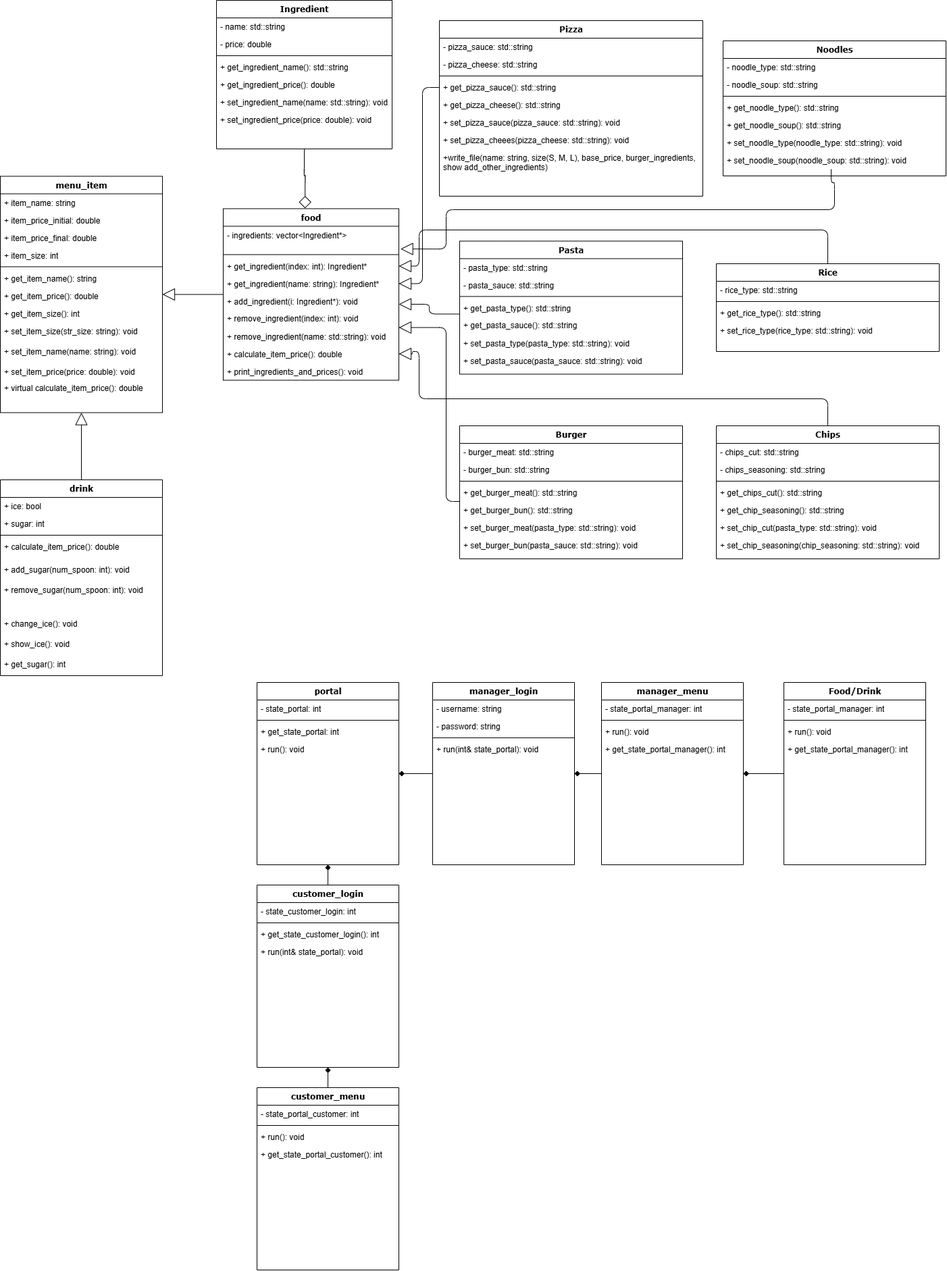
Earlier version of the draw.io export UML.png (SohamA12345/Project). Source tidied: cells renumbered, new cells last; positions are measured from the earlier drawing's top-left corner, leaving out a move shared by most shapes.
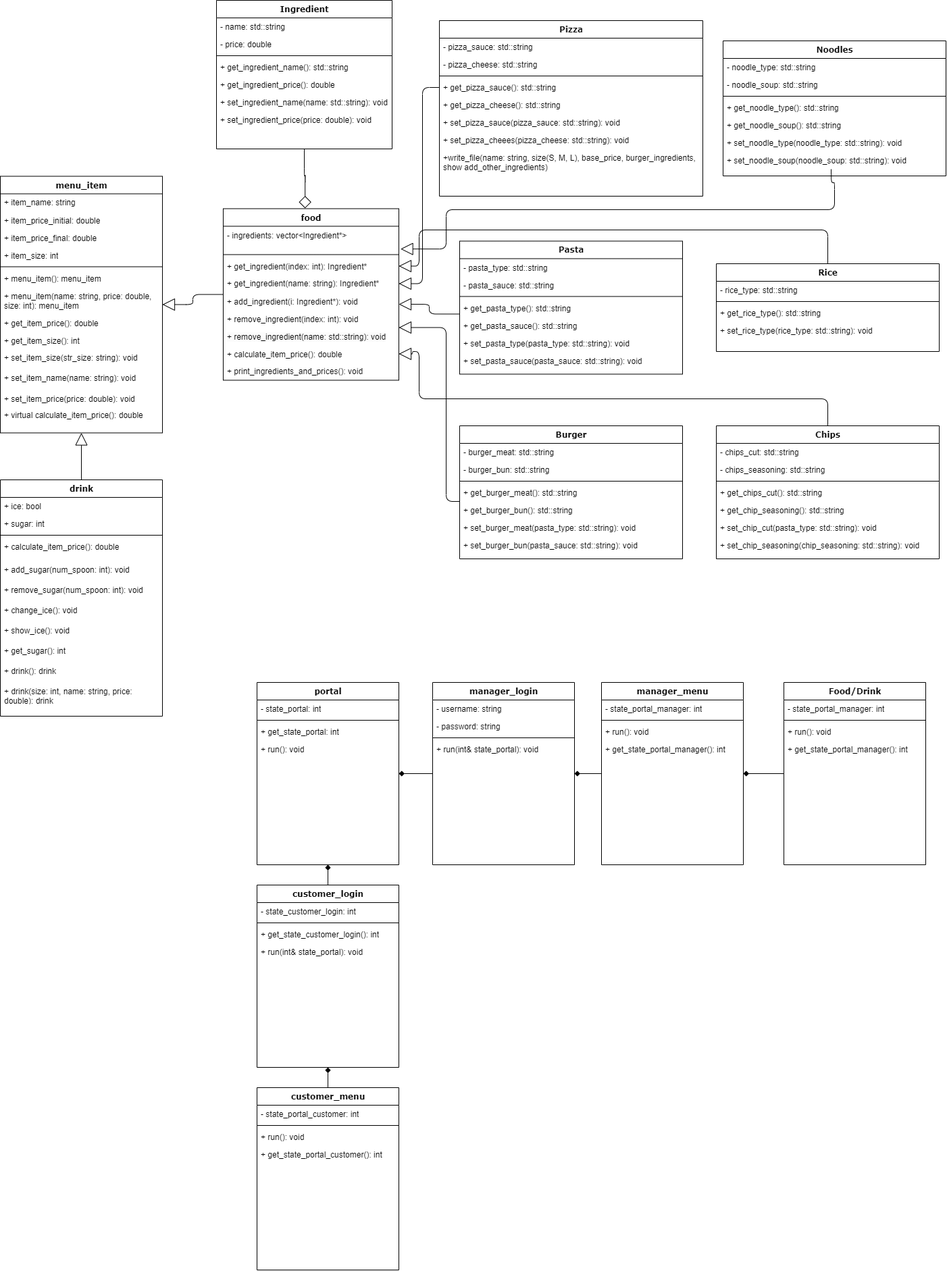
Later version of the same file.

Commit message:
Updated default constructors

Change to the diagram source:
```diff
@@ -3,7 +3,7 @@
     <mxCell id="0" />
     <mxCell id="1" parent="0" />
     <mxCell id="2" value="&lt;div&gt;menu_item&lt;br&gt;&lt;/div&gt;" style="swimlane;html=1;fontStyle=1;align=center;verticalAlign=top;horizontal=1;startSize=26;swimlaneFillColor=#ffffff;rounded=0;shadow=0;comic=0;labelBackgroundColor=none;strokeWidth=1;fillColor=none;fontFamily=Verdana;fontSize=12;" parent="1" vertex="1">
-      <mxGeometry y="260.5" width="240" height="350" as="geometry" />
+      <mxGeometry y="260.5" width="240" height="380" as="geometry" />
     </mxCell>
     <mxCell id="3" value="+ item_name: string" style="text;html=1;strokeColor=none;fillColor=none;align=left;verticalAlign=top;spacingLeft=4;spacingRight=4;whiteSpace=wrap;overflow=hidden;" parent="2" vertex="1">
       <mxGeometry y="26" width="240" height="26" as="geometry" />
@@ -20,26 +20,29 @@
     <mxCell id="7" style="line;html=1;strokeWidth=1;fillColor=none;align=left;verticalAlign=middle;spacingTop=-1;spacingLeft=3;spacingRight=3;labelPosition=right;" parent="2" vertex="1">
       <mxGeometry y="130" width="240" height="8" as="geometry" />
     </mxCell>
+    <mxCell id="134" value="+ menu_item(): menu_item" style="text;html=1;strokeColor=none;fillColor=none;align=left;verticalAlign=top;spacingLeft=4;spacingRight=4;whiteSpace=wrap;overflow=hidden;" parent="2" vertex="1">
+      <mxGeometry y="138" width="240" height="26" as="geometry" />
+    </mxCell>
-    <mxCell id="8" value="+ get_item_name(): string" style="text;html=1;strokeColor=none;fillColor=none;align=left;verticalAlign=top;spacingLeft=4;spacingRight=4;whiteSpace=wrap;overflow=hidden;" parent="2" vertex="1">
-      <mxGeometry y="138" width="240" height="26" as="geometry" />
+    <mxCell id="8" value="+ menu_item(name: string, price: double, size: int): menu_item" style="text;html=1;strokeColor=none;fillColor=none;align=left;verticalAlign=top;spacingLeft=4;spacingRight=4;whiteSpace=wrap;overflow=hidden;" parent="2" vertex="1">
+      <mxGeometry y="164" width="240" height="40" as="geometry" />
     </mxCell>
     <mxCell id="9" value="+ get_item_price(): double" style="text;html=1;strokeColor=none;fillColor=none;align=left;verticalAlign=top;spacingLeft=4;spacingRight=4;whiteSpace=wrap;overflow=hidden;" parent="2" vertex="1">
-      <mxGeometry y="164" width="240" height="26" as="geometry" />
+      <mxGeometry y="204" width="240" height="26" as="geometry" />
     </mxCell>
     <mxCell id="10" value="+ get_item_size(): int" style="text;html=1;strokeColor=none;fillColor=none;align=left;verticalAlign=top;spacingLeft=4;spacingRight=4;whiteSpace=wrap;overflow=hidden;" parent="2" vertex="1">
-      <mxGeometry y="190" width="240" height="26" as="geometry" />
+      <mxGeometry y="230" width="240" height="26" as="geometry" />
     </mxCell>
     <mxCell id="11" value="+ set_item_size(str_size: string): void" style="text;html=1;strokeColor=none;fillColor=none;align=left;verticalAlign=top;spacingLeft=4;spacingRight=4;whiteSpace=wrap;overflow=hidden;" parent="2" vertex="1">
-      <mxGeometry y="216" width="240" height="30" as="geometry" />
+      <mxGeometry y="256" width="240" height="30" as="geometry" />
     </mxCell>
     <mxCell id="12" value="+ set_item_name(name: string): void" style="text;html=1;strokeColor=none;fillColor=none;align=left;verticalAlign=top;spacingLeft=4;spacingRight=4;whiteSpace=wrap;overflow=hidden;" parent="2" vertex="1">
-      <mxGeometry y="246" width="240" height="30" as="geometry" />
+      <mxGeometry y="286" width="240" height="30" as="geometry" />
     </mxCell>
     <mxCell id="13" value="+ set_item_price(price: double): void" style="text;html=1;strokeColor=none;fillColor=none;align=left;verticalAlign=top;spacingLeft=4;spacingRight=4;whiteSpace=wrap;overflow=hidden;" parent="2" vertex="1">
-      <mxGeometry y="276" width="240" height="24" as="geometry" />
+      <mxGeometry y="316" width="240" height="24" as="geometry" />
     </mxCell>
     <mxCell id="14" value="+ virtual calculate_item_price(): double" style="text;html=1;strokeColor=none;fillColor=none;align=left;verticalAlign=top;spacingLeft=4;spacingRight=4;whiteSpace=wrap;overflow=hidden;" parent="2" vertex="1">
-      <mxGeometry y="300" width="240" height="40" as="geometry" />
+      <mxGeometry y="340" width="240" height="40" as="geometry" />
     </mxCell>
     <mxCell id="15" style="edgeStyle=orthogonalEdgeStyle;html=1;labelBackgroundColor=none;startFill=0;startSize=8;endArrow=block;endFill=0;endSize=16;fontFamily=Verdana;fontSize=12;elbow=vertical;rounded=1;strokeColor=default;align=center;verticalAlign=middle;fontColor=default;exitX=0.006;exitY=0.846;exitDx=0;exitDy=0;exitPerimeter=0;" parent="1" edge="1" source="81" target="16">
       <mxGeometry relative="1" as="geometry">
@@ -86,7 +89,7 @@
       <mxGeometry relative="1" as="geometry" />
     </mxCell>
     <mxCell id="28" value="drink" style="swimlane;html=1;fontStyle=1;align=center;verticalAlign=top;horizontal=1;startSize=26;swimlaneFillColor=#ffffff;rounded=0;shadow=0;comic=0;labelBackgroundColor=none;strokeWidth=1;fillColor=none;fontFamily=Verdana;fontSize=12;" parent="1" vertex="1">
-      <mxGeometry y="710" width="240" height="290" as="geometry" />
+      <mxGeometry y="710" width="240" height="350" as="geometry" />
     </mxCell>
     <mxCell id="29" value="+ ice: bool" style="text;html=1;strokeColor=none;fillColor=none;align=left;verticalAlign=top;spacingLeft=4;spacingRight=4;whiteSpace=wrap;overflow=hidden;" parent="28" vertex="1">
       <mxGeometry y="26" width="240" height="26" as="geometry" />
@@ -104,17 +107,23 @@
       <mxGeometry y="120" width="240" height="30" as="geometry" />
     </mxCell>
     <mxCell id="34" value="+ remove_sugar(num_spoon: int): void" style="text;html=1;strokeColor=none;fillColor=none;align=left;verticalAlign=top;spacingLeft=4;spacingRight=4;whiteSpace=wrap;overflow=hidden;" parent="28" vertex="1">
-      <mxGeometry y="150" width="240" height="50" as="geometry" />
+      <mxGeometry y="150" width="240" height="30" as="geometry" />
     </mxCell>
     <mxCell id="35" value="+ change_ice(): void" style="text;html=1;strokeColor=none;fillColor=none;align=left;verticalAlign=top;spacingLeft=4;spacingRight=4;whiteSpace=wrap;overflow=hidden;" parent="28" vertex="1">
-      <mxGeometry y="200" width="240" height="30" as="geometry" />
+      <mxGeometry y="180" width="240" height="30" as="geometry" />
     </mxCell>
     <mxCell id="36" value="+ show_ice(): void" style="text;html=1;strokeColor=none;fillColor=none;align=left;verticalAlign=top;spacingLeft=4;spacingRight=4;whiteSpace=wrap;overflow=hidden;" parent="28" vertex="1">
-      <mxGeometry y="230" width="240" height="30" as="geometry" />
+      <mxGeometry y="210" width="240" height="30" as="geometry" />
     </mxCell>
     <mxCell id="37" value="+ get_sugar(): int" style="text;html=1;strokeColor=none;fillColor=none;align=left;verticalAlign=top;spacingLeft=4;spacingRight=4;whiteSpace=wrap;overflow=hidden;" parent="28" vertex="1">
-      <mxGeometry y="260" width="240" height="30" as="geometry" />
+      <mxGeometry y="240" width="240" height="30" as="geometry" />
     </mxCell>
+    <mxCell id="135" value="+ drink(): drink" style="text;html=1;strokeColor=none;fillColor=none;align=left;verticalAlign=top;spacingLeft=4;spacingRight=4;whiteSpace=wrap;overflow=hidden;" parent="28" vertex="1">
+      <mxGeometry y="270" width="240" height="30" as="geometry" />
+    </mxCell>
+    <mxCell id="136" value="+ drink(size: int, name: string, price: double): drink" style="text;html=1;strokeColor=none;fillColor=none;align=left;verticalAlign=top;spacingLeft=4;spacingRight=4;whiteSpace=wrap;overflow=hidden;" parent="28" vertex="1">
+      <mxGeometry y="300" width="240" height="30" as="geometry" />
+    </mxCell>
     <mxCell id="38" value="Ingredient" style="swimlane;html=1;fontStyle=1;align=center;verticalAlign=top;horizontal=1;startSize=26;swimlaneFillColor=#ffffff;rounded=0;shadow=0;comic=0;labelBackgroundColor=none;strokeWidth=1;fillColor=none;fontFamily=Verdana;fontSize=12;" parent="1" vertex="1">
       <mxGeometry x="320" width="260" height="220" as="geometry" />
     </mxCell>
```
